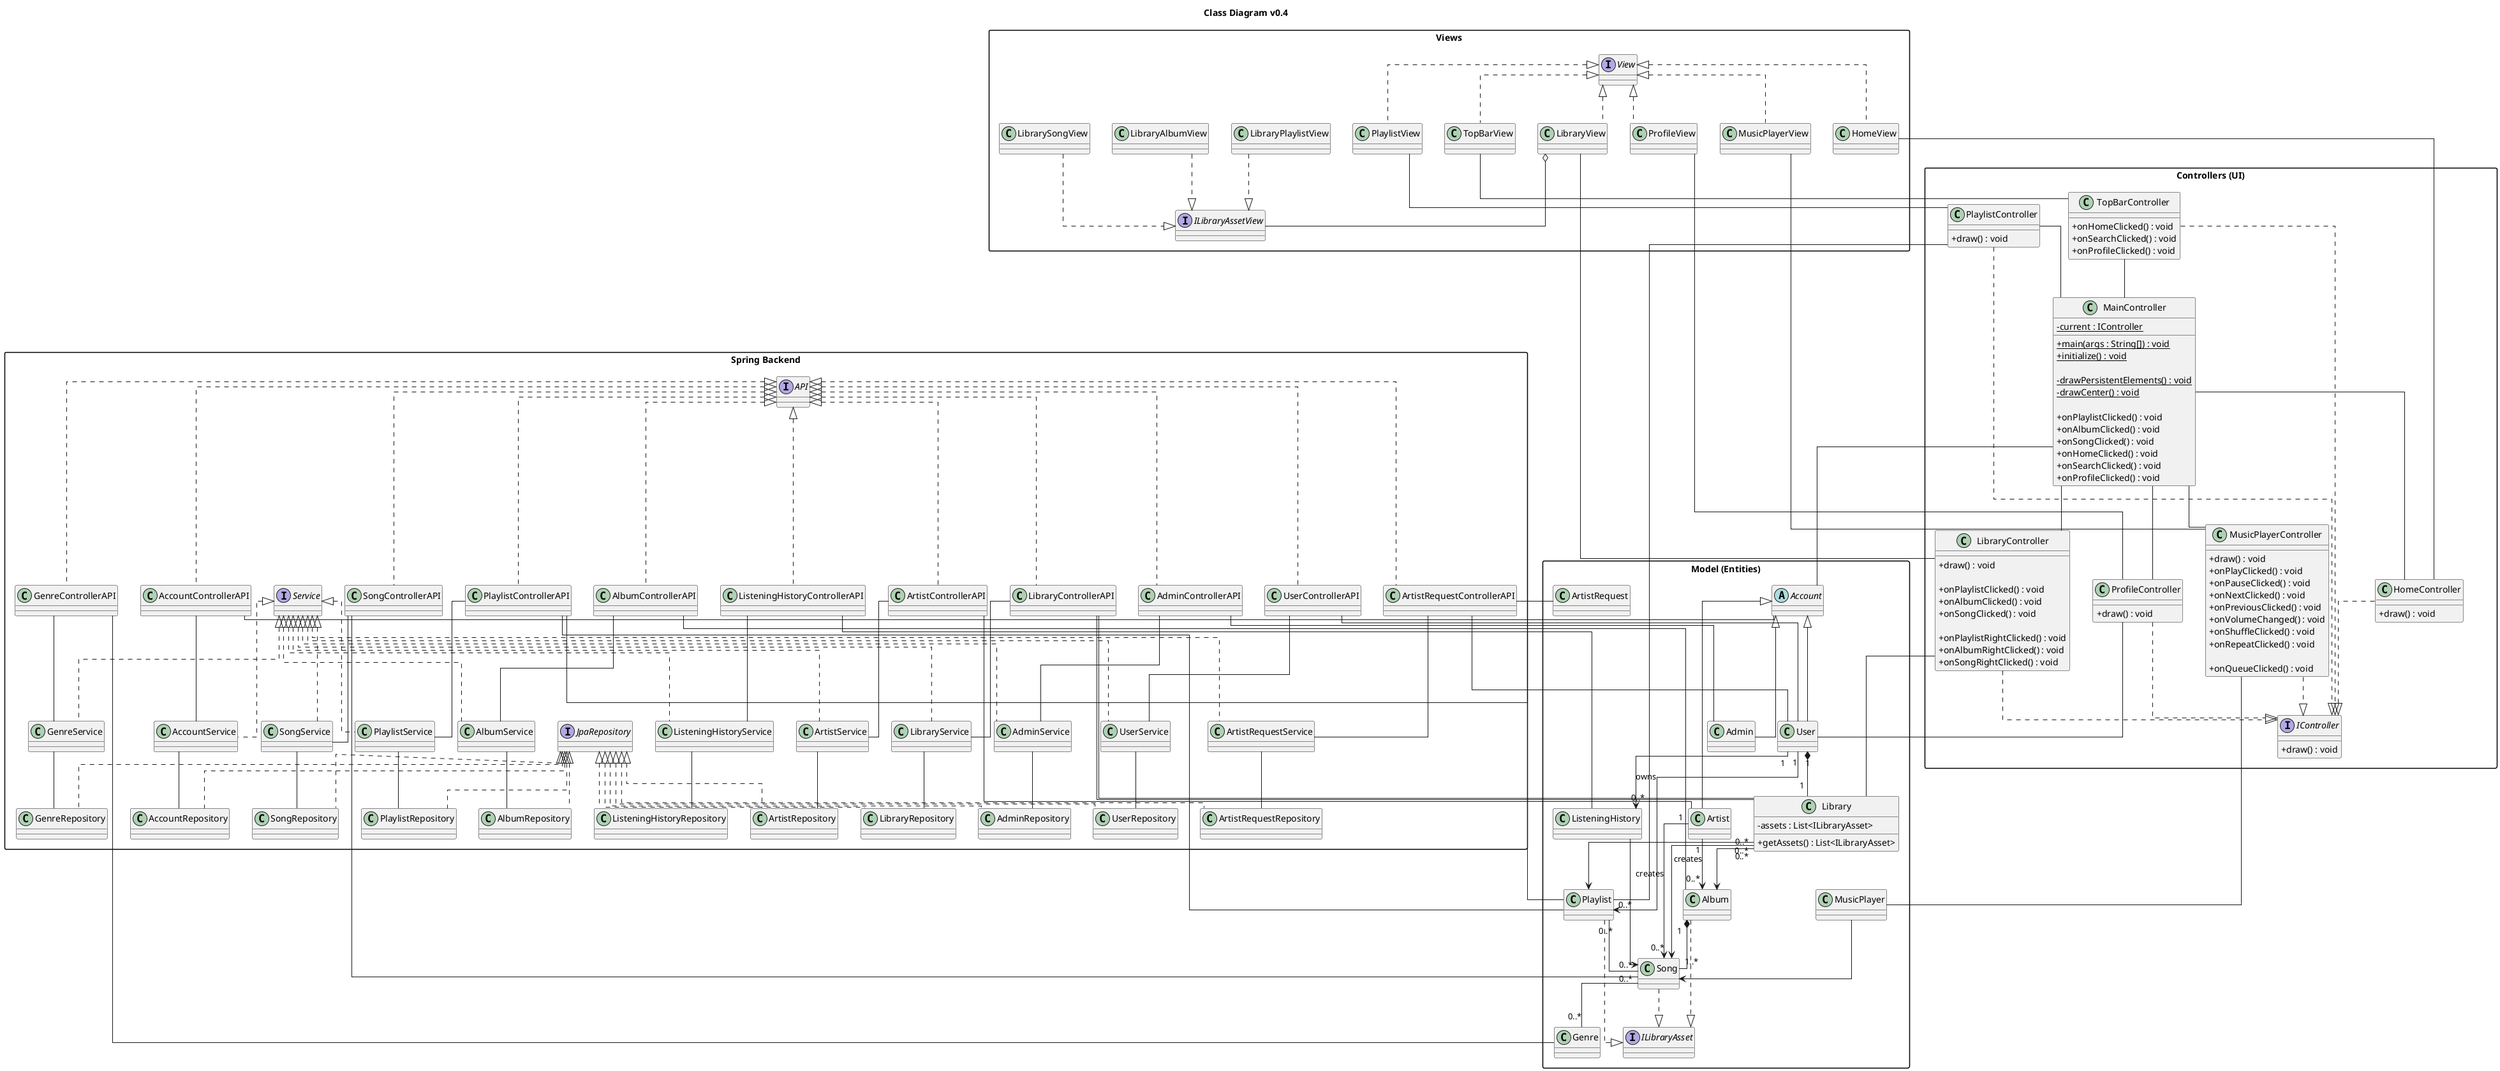
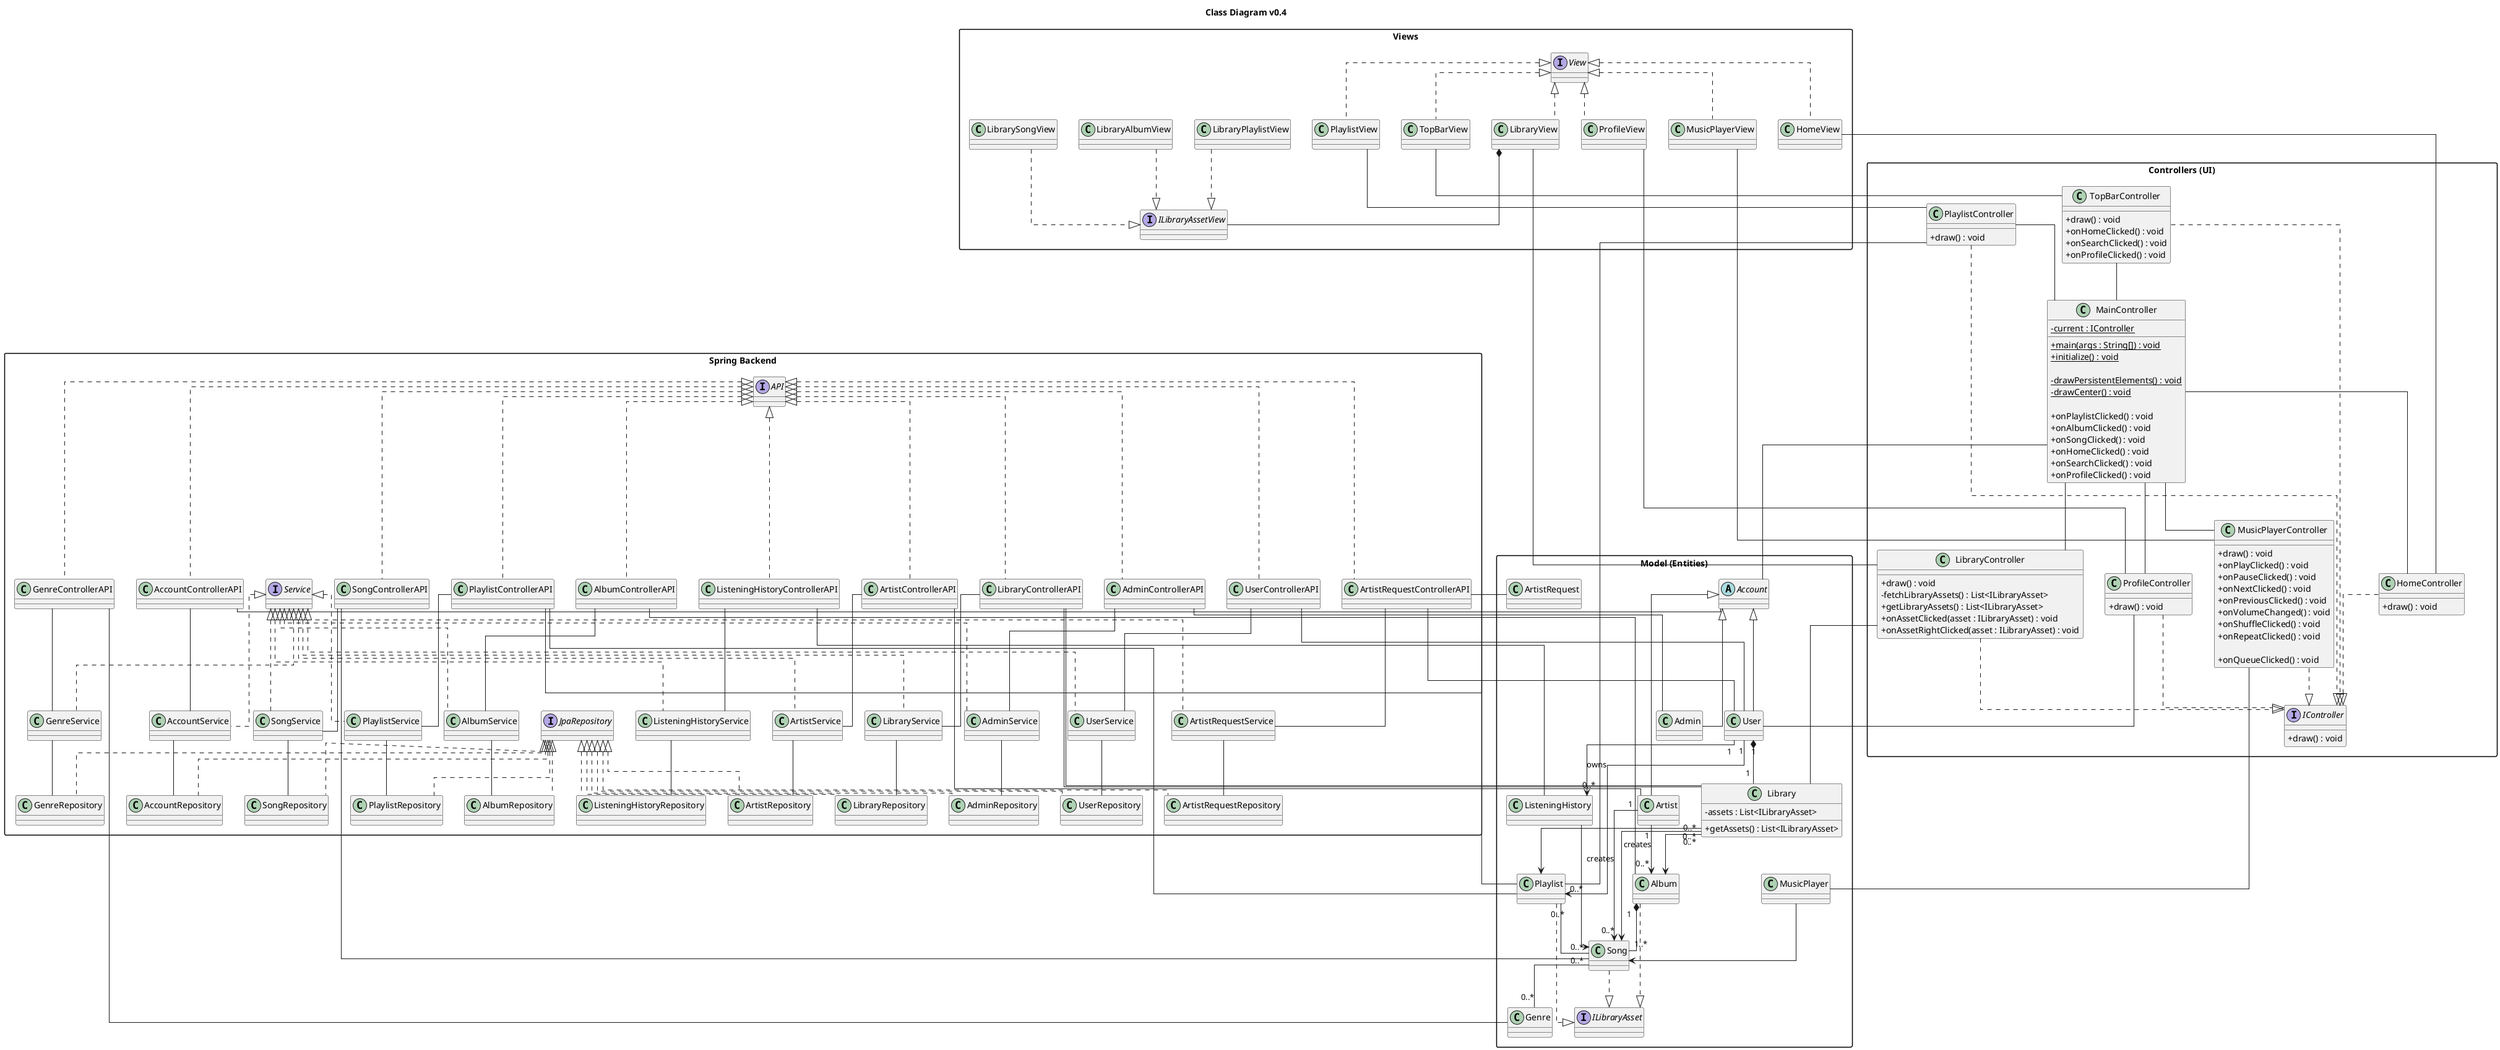
@startuml name

title Class Diagram v0.4

skinparam classAttributeIconSize 0
skinparam linetype ortho
skinparam packageStyle rectangle

' =====================
' DOMAIN LAYER (ENTITIES)
' =====================

package "Model (Entities)" {

    ' -------- ACCOUNT HIERARCHY --------
    abstract class Account
    class User
    class Artist
    class Admin
    class ArtistRequest

    Account <|-- User
    Account <|-- Artist
    Account <|-- Admin

    interface ILibraryAsset
    Song ..|> ILibraryAsset
    Album ..|> ILibraryAsset
    Playlist ..|> ILibraryAsset

    ' -------- MUSIC CORE --------
    class Song
    class Album
    class Genre

    Artist "1" --> "0..*" Song : creates
    Artist "1" --> "0..*" Album : creates

    Album "1" *-- "1..*" Song

    Song "0..*" -- "0..*" Genre

    ' -------- PLAYLIST SYSTEM --------
    class Playlist

    User "1" --> "0..*" Playlist : owns
    Playlist "0..*" -- "0..*" Song

    ' -------- LIBRARY --------
    class Library {
        - assets : List<ILibraryAsset>
        + getAssets() : List<ILibraryAsset>
    }

    User "1" *-- "1" Library

    Library "0..*" --> Song
    Library "0..*" --> Album
    Library "0..*" --> Playlist

    ' -------- LISTENING HISTORY --------
    class ListeningHistory

    User "1" --> "0..*" ListeningHistory
    ListeningHistory --> Song

    ' -------- PLAYER --------
    class MusicPlayer
    MusicPlayer --> Song
}

' =====================
' PRESENTATION LAYER
' =====================

package "Controllers (UI)" {

    interface IController {
        + draw() : void
    }

    class MainController {
        - {static} current : IController

        + {static} main(args : String[]) : void
        + {static} initialize() : void

        - {static} drawPersistentElements() : void
        - {static} drawCenter() : void

        + onPlaylistClicked() : void
        + onAlbumClicked() : void
        + onSongClicked() : void
        + onHomeClicked() : void
        + onSearchClicked() : void
        + onProfileClicked() : void
    }

    class MusicPlayerController {
        + draw() : void
        + onPlayClicked() : void
        + onPauseClicked() : void
        + onNextClicked() : void
        + onPreviousClicked() : void
        + onVolumeChanged() : void
        + onShuffleClicked() : void
        + onRepeatClicked() : void

-         ' Work in progress
+         'WIP'
        + onQueueClicked() : void
    }

    class HomeController {
        + draw() : void
    }

    class LibraryController {
        + draw() : void
- 
-         + onPlaylistClicked() : void
-         + onAlbumClicked() : void
-         + onSongClicked() : void
- 
-         + onPlaylistRightClicked() : void
-         + onAlbumRightClicked() : void
-         + onSongRightClicked() : void
+         - fetchLibraryAssets() : List<ILibraryAsset>
+         + getLibraryAssets() : List<ILibraryAsset>
+         + onAssetClicked(asset : ILibraryAsset) : void
+         + onAssetRightClicked(asset : ILibraryAsset) : void
    }

    class TopBarController {
+         + draw() : void
        + onHomeClicked() : void
        + onSearchClicked() : void
        + onProfileClicked() : void
    }

    class PlaylistController {
        + draw() : void
+ 
    }

    class ProfileController {
        + draw() : void
    }
}

package "Views" {

    interface View
    interface ILibraryAssetView

    class LibraryPlaylistView
    class LibraryAlbumView
    class LibrarySongView

    class MusicPlayerView
    class HomeView
    class LibraryView
    class TopBarView
    class PlaylistView
    class ProfileView
}

' =====================
' VIEW RELATIONS
' =====================

LibraryPlaylistView ..|> ILibraryAssetView
LibraryAlbumView ..|> ILibraryAssetView
LibrarySongView ..|> ILibraryAssetView

- LibraryView o-- ILibraryAssetView
+ LibraryView *-- ILibraryAssetView

' =====================
' UI LINKS
' =====================

MusicPlayerController ..|> IController
HomeController ..|> IController
LibraryController ..|> IController
TopBarController ..|> IController
PlaylistController ..|> IController
ProfileController ..|> IController

View <|.. MusicPlayerView
View <|.. HomeView
View <|.. LibraryView
View <|.. TopBarView
View <|.. PlaylistView
View <|.. ProfileView

MusicPlayerController -- MusicPlayer
MusicPlayerView -- MusicPlayerController

MainController -- MusicPlayerController
MainController -- ProfileController
MainController -- HomeController
MainController -- LibraryController

ProfileView -- ProfileController
ProfileController -- User

HomeView -- HomeController

LibraryView -- LibraryController

PlaylistView -- PlaylistController
PlaylistController -- MainController

TopBarView -- TopBarController
TopBarController -- MainController

MainController -- Account

' =====================
' SPRING BACKEND
' =====================

package "Spring Backend" {

    ' -------- CONTROLLERS (REST) --------
    interface API

    class AccountControllerAPI
    class UserControllerAPI
    class ArtistControllerAPI
    class AdminControllerAPI
    class SongControllerAPI
    class AlbumControllerAPI
    class PlaylistControllerAPI
    class LibraryControllerAPI
    class GenreControllerAPI
    class ListeningHistoryControllerAPI
    class ArtistRequestControllerAPI

    ' -------- SERVICES --------
    interface Service

    class AccountService
    class UserService
    class ArtistService
    class AdminService
    class SongService
    class AlbumService
    class PlaylistService
    class LibraryService
    class GenreService
    class ListeningHistoryService
    class ArtistRequestService

    ' -------- REPOSITORIES --------
    interface JpaRepository

    class AccountRepository
    class UserRepository
    class ArtistRepository
    class AdminRepository
    class SongRepository
    class AlbumRepository
    class PlaylistRepository
    class LibraryRepository
    class GenreRepository
    class ListeningHistoryRepository
    class ArtistRequestRepository
}

' =====================
' IMPLEMENTATIONS
' =====================

API <|.. AccountControllerAPI
API <|.. UserControllerAPI
API <|.. ArtistControllerAPI
API <|.. AdminControllerAPI
API <|.. SongControllerAPI
API <|.. AlbumControllerAPI
API <|.. PlaylistControllerAPI
API <|.. LibraryControllerAPI
API <|.. GenreControllerAPI
API <|.. ListeningHistoryControllerAPI
API <|.. ArtistRequestControllerAPI

Service <|.. AccountService
Service <|.. UserService
Service <|.. ArtistService
Service <|.. AdminService
Service <|.. SongService
Service <|.. AlbumService
Service <|.. PlaylistService
Service <|.. LibraryService
Service <|.. GenreService
Service <|.. ListeningHistoryService
Service <|.. ArtistRequestService

JpaRepository <|.. AccountRepository
JpaRepository <|.. UserRepository
JpaRepository <|.. ArtistRepository
JpaRepository <|.. AdminRepository
JpaRepository <|.. SongRepository
JpaRepository <|.. AlbumRepository
JpaRepository <|.. PlaylistRepository
JpaRepository <|.. LibraryRepository
JpaRepository <|.. GenreRepository
JpaRepository <|.. ListeningHistoryRepository
JpaRepository <|.. ArtistRequestRepository

' =====================
' CONTROLLER → ENTITY/SERVICE
' =====================

AccountControllerAPI -- Account
UserControllerAPI -- User
ArtistControllerAPI -- Artist
AdminControllerAPI -- Admin

SongControllerAPI -- Song
AlbumControllerAPI -- Album
GenreControllerAPI -- Genre
ListeningHistoryControllerAPI -- ListeningHistory
PlaylistControllerAPI -- Playlist
LibraryControllerAPI -- Library
ArtistRequestControllerAPI -- ArtistRequest

AccountControllerAPI -- AccountService
UserControllerAPI -- UserService
ArtistControllerAPI -- ArtistService
AdminControllerAPI -- AdminService
SongControllerAPI -- SongService
AlbumControllerAPI -- AlbumService
PlaylistControllerAPI -- PlaylistService
LibraryControllerAPI -- LibraryService
GenreControllerAPI -- GenreService
ListeningHistoryControllerAPI -- ListeningHistoryService
ArtistRequestControllerAPI -- ArtistRequestService

' =====================
' SERVICE → REPOSITORY
' =====================

AccountService -- AccountRepository
UserService -- UserRepository
ArtistService -- ArtistRepository
AdminService -- AdminRepository
SongService -- SongRepository
AlbumService -- AlbumRepository
PlaylistService -- PlaylistRepository
LibraryService -- LibraryRepository
GenreService -- GenreRepository
ListeningHistoryService -- ListeningHistoryRepository
ArtistRequestService -- ArtistRequestRepository

' =====================
' EXTRA LINKS
' =====================

PlaylistController -- Playlist
LibraryController -- Library

Library -- LibraryControllerAPI
Playlist -- PlaylistControllerAPI

User -- ArtistRequestControllerAPI

@enduml